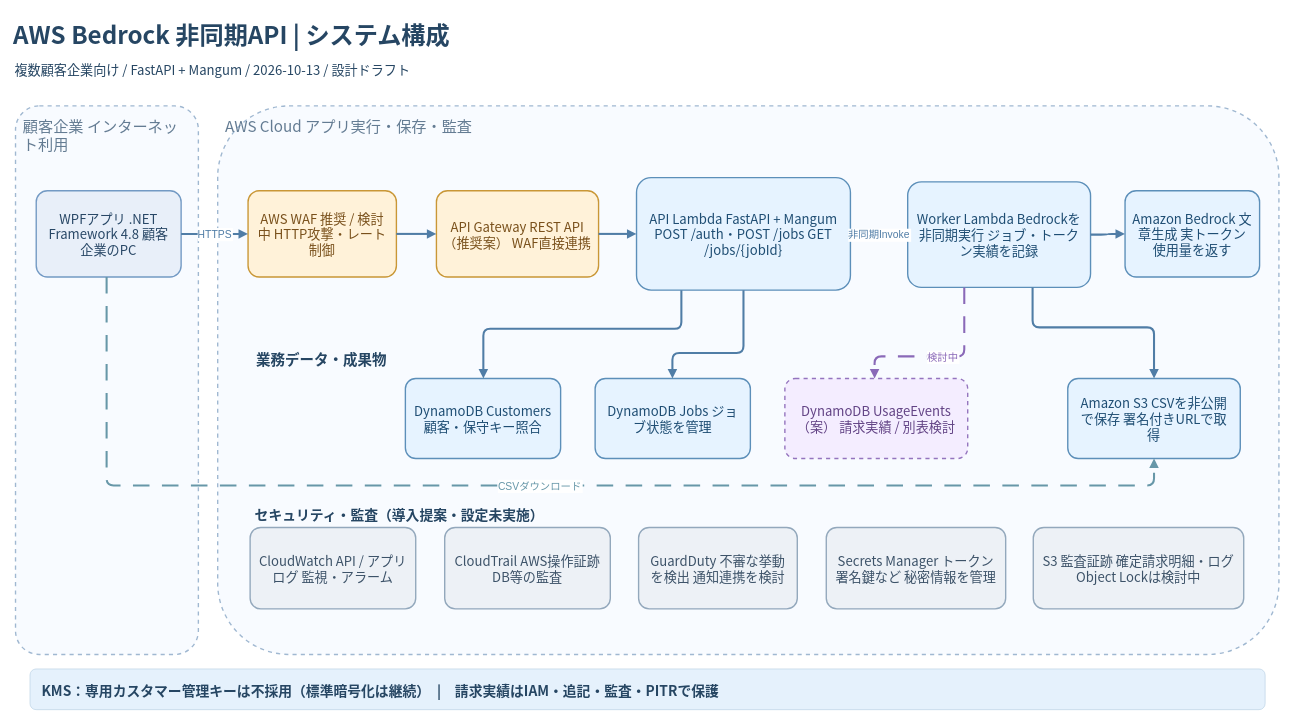
knmo000-tech/awsMemo keeps this draw.io diagram as docs/diagrams/aws-architecture.drawio. Above is the earlier version. Source tidied: cells renumbered, new cells numbered last; positions are measured from the earlier drawing's top-left corner, leaving out a move shared by most shapes. Both pictures are drawn from the tidied source at 69%, with x=0, y=0 at pixel (12, 12).
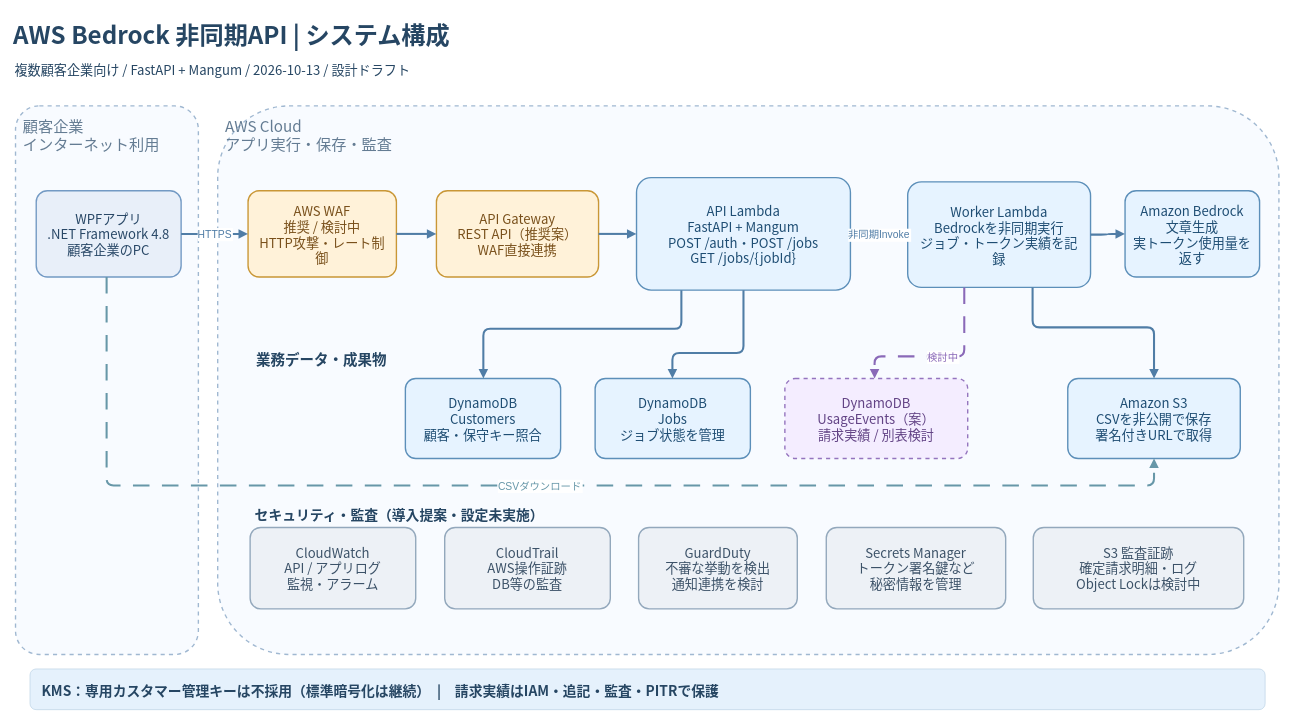
Above is the later version.

Commit message:
docs(diagram): preserve drawio node label line breaks

The edit, as a diff of the source:
```diff
@@
-    <mxCell id="2" value="顧客企業 インターネット利用" style="rounded=1;arcSize=13;html=0;whiteSpace=wrap;fillColor=#f8fbff;strokeColor=#a0b8d1;strokeWidth=2;dashed=1;fontFamily=Noto Sans CJK JP;fontSize=22;fontColor=#647c93;align=left;verticalAlign=top;spacing=11;" parent="1" vertex="1">
+    <mxCell id="2" value="顧客企業&#10;インターネット利用" style="rounded=1;arcSize=13;html=0;whiteSpace=wrap;fillColor=#f8fbff;strokeColor=#a0b8d1;strokeWidth=2;dashed=1;fontFamily=Noto Sans CJK JP;fontSize=22;fontColor=#647c93;align=left;verticalAlign=top;spacing=11;" parent="1" vertex="1">
       <mxGeometry x="5" y="136" width="265" height="795" as="geometry" />
     </mxCell>
-    <mxCell id="3" value="AWS Cloud アプリ実行・保存・監査" style="rounded=1;arcSize=13;html=0;whiteSpace=wrap;fillColor=#f8fbff;strokeColor=#a0b8d1;strokeWidth=2;dashed=1;fontFamily=Noto Sans CJK JP;fontSize=22;fontColor=#647c93;align=left;verticalAlign=top;spacing=11;" parent="1" vertex="1">
+    <mxCell id="3" value="AWS Cloud&#10;アプリ実行・保存・監査" style="rounded=1;arcSize=13;html=0;whiteSpace=wrap;fillColor=#f8fbff;strokeColor=#a0b8d1;strokeWidth=2;dashed=1;fontFamily=Noto Sans CJK JP;fontSize=22;fontColor=#647c93;align=left;verticalAlign=top;spacing=11;" parent="1" vertex="1">
       <mxGeometry x="298" y="136" width="1538" height="795" as="geometry" />
     </mxCell>
-    <mxCell id="4" value="WPFアプリ .NET Framework 4.8 顧客企業のPC" style="rounded=1;arcSize=13;html=0;whiteSpace=wrap;fillColor=#e8eff9;strokeColor=#739ac4;strokeWidth=2;fontFamily=Noto Sans CJK JP;fontSize=19;fontColor=#284766;align=center;verticalAlign=middle;spacing=11;" parent="1" vertex="1">
+    <mxCell id="4" value="WPFアプリ&#10;.NET Framework 4.8&#10;顧客企業のPC" style="rounded=1;arcSize=13;html=0;whiteSpace=wrap;fillColor=#e8eff9;strokeColor=#739ac4;strokeWidth=2;fontFamily=Noto Sans CJK JP;fontSize=19;fontColor=#284766;align=center;verticalAlign=middle;spacing=11;" parent="1" vertex="1">
       <mxGeometry x="35" y="259" width="210" height="125" as="geometry" />
     </mxCell>
-    <mxCell id="5" value="AWS WAF 推奨 / 検討中 HTTP攻撃・レート制御" style="rounded=1;arcSize=13;html=0;whiteSpace=wrap;fillColor=#fff2d9;strokeColor=#c99736;strokeWidth=2;fontFamily=Noto Sans CJK JP;fontSize=19;fontColor=#79501b;align=center;verticalAlign=middle;spacing=11;" parent="1" vertex="1">
+    <mxCell id="5" value="AWS WAF&#10;推奨 / 検討中&#10;HTTP攻撃・レート制御" style="rounded=1;arcSize=13;html=0;whiteSpace=wrap;fillColor=#fff2d9;strokeColor=#c99736;strokeWidth=2;fontFamily=Noto Sans CJK JP;fontSize=19;fontColor=#79501b;align=center;verticalAlign=middle;spacing=11;" parent="1" vertex="1">
       <mxGeometry x="342" y="259" width="215" height="125" as="geometry" />
     </mxCell>
-    <mxCell id="6" value="API Gateway REST API（推奨案） WAF直接連携" style="rounded=1;arcSize=13;html=0;whiteSpace=wrap;fillColor=#fff2d9;strokeColor=#c99736;strokeWidth=2;fontFamily=Noto Sans CJK JP;fontSize=19;fontColor=#79501b;align=center;verticalAlign=middle;spacing=11;" parent="1" vertex="1">
+    <mxCell id="6" value="API Gateway&#10;REST API（推奨案）&#10;WAF直接連携" style="rounded=1;arcSize=13;html=0;whiteSpace=wrap;fillColor=#fff2d9;strokeColor=#c99736;strokeWidth=2;fontFamily=Noto Sans CJK JP;fontSize=19;fontColor=#79501b;align=center;verticalAlign=middle;spacing=11;" parent="1" vertex="1">
       <mxGeometry x="615" y="259" width="235" height="125" as="geometry" />
     </mxCell>
-    <mxCell id="7" value="API Lambda FastAPI + Mangum POST /auth・POST /jobs GET /jobs/{jobId}" style="rounded=1;arcSize=13;html=0;whiteSpace=wrap;fillColor=#e6f3ff;strokeColor=#5c8fb9;strokeWidth=2;fontFamily=Noto Sans CJK JP;fontSize=19;fontColor=#1e4d73;align=center;verticalAlign=middle;spacing=11;" parent="1" vertex="1">
+    <mxCell id="7" value="API Lambda&#10;FastAPI + Mangum&#10;POST /auth・POST /jobs&#10;GET /jobs/{jobId}" style="rounded=1;arcSize=13;html=0;whiteSpace=wrap;fillColor=#e6f3ff;strokeColor=#5c8fb9;strokeWidth=2;fontFamily=Noto Sans CJK JP;fontSize=19;fontColor=#1e4d73;align=center;verticalAlign=middle;spacing=11;" parent="1" vertex="1">
       <mxGeometry x="905" y="240" width="310" height="163" as="geometry" />
     </mxCell>
-    <mxCell id="8" value="Worker Lambda Bedrockを非同期実行 ジョブ・トークン実績を記録" style="rounded=1;arcSize=13;html=0;whiteSpace=wrap;fillColor=#e6f3ff;strokeColor=#5c8fb9;strokeWidth=2;fontFamily=Noto Sans CJK JP;fontSize=19;fontColor=#1e4d73;align=center;verticalAlign=middle;spacing=11;" parent="1" vertex="1">
+    <mxCell id="8" value="Worker Lambda&#10;Bedrockを非同期実行&#10;ジョブ・トークン実績を記録" style="rounded=1;arcSize=13;html=0;whiteSpace=wrap;fillColor=#e6f3ff;strokeColor=#5c8fb9;strokeWidth=2;fontFamily=Noto Sans CJK JP;fontSize=19;fontColor=#1e4d73;align=center;verticalAlign=middle;spacing=11;" parent="1" vertex="1">
       <mxGeometry x="1298" y="246" width="265" height="153" as="geometry" />
     </mxCell>
-    <mxCell id="9" value="Amazon Bedrock 文章生成 実トークン使用量を返す" style="rounded=1;arcSize=13;html=0;whiteSpace=wrap;fillColor=#e6f3ff;strokeColor=#5c8fb9;strokeWidth=2;fontFamily=Noto Sans CJK JP;fontSize=19;fontColor=#1e4d73;align=center;verticalAlign=middle;spacing=11;" parent="1" vertex="1">
+    <mxCell id="9" value="Amazon Bedrock&#10;文章生成&#10;実トークン使用量を返す" style="rounded=1;arcSize=13;html=0;whiteSpace=wrap;fillColor=#e6f3ff;strokeColor=#5c8fb9;strokeWidth=2;fontFamily=Noto Sans CJK JP;fontSize=19;fontColor=#1e4d73;align=center;verticalAlign=middle;spacing=11;" parent="1" vertex="1">
       <mxGeometry x="1613" y="259" width="195" height="125" as="geometry" />
     </mxCell>
-    <mxCell id="10" value="DynamoDB Customers 顧客・保守キー照合" style="rounded=1;arcSize=13;html=0;whiteSpace=wrap;fillColor=#e6f3ff;strokeColor=#5c8fb9;strokeWidth=2;fontFamily=Noto Sans CJK JP;fontSize=19;fontColor=#1e4d73;align=center;verticalAlign=middle;spacing=11;" parent="1" vertex="1">
+    <mxCell id="10" value="DynamoDB&#10;Customers&#10;顧客・保守キー照合" style="rounded=1;arcSize=13;html=0;whiteSpace=wrap;fillColor=#e6f3ff;strokeColor=#5c8fb9;strokeWidth=2;fontFamily=Noto Sans CJK JP;fontSize=19;fontColor=#1e4d73;align=center;verticalAlign=middle;spacing=11;" parent="1" vertex="1">
       <mxGeometry x="570" y="531" width="225" height="116" as="geometry" />
     </mxCell>
-    <mxCell id="11" value="DynamoDB Jobs ジョブ状態を管理" style="rounded=1;arcSize=13;html=0;whiteSpace=wrap;fillColor=#e6f3ff;strokeColor=#5c8fb9;strokeWidth=2;fontFamily=Noto Sans CJK JP;fontSize=19;fontColor=#1e4d73;align=center;verticalAlign=middle;spacing=11;" parent="1" vertex="1">
+    <mxCell id="11" value="DynamoDB&#10;Jobs&#10;ジョブ状態を管理" style="rounded=1;arcSize=13;html=0;whiteSpace=wrap;fillColor=#e6f3ff;strokeColor=#5c8fb9;strokeWidth=2;fontFamily=Noto Sans CJK JP;fontSize=19;fontColor=#1e4d73;align=center;verticalAlign=middle;spacing=11;" parent="1" vertex="1">
       <mxGeometry x="845" y="531" width="225" height="116" as="geometry" />
     </mxCell>
-    <mxCell id="12" value="DynamoDB UsageEvents（案） 請求実績 / 別表検討" style="rounded=1;arcSize=13;html=0;whiteSpace=wrap;fillColor=#f4edff;strokeColor=#9474be;strokeWidth=2;dashed=1;fontFamily=Noto Sans CJK JP;fontSize=19;fontColor=#624385;align=center;verticalAlign=middle;spacing=11;" parent="1" vertex="1">
+    <mxCell id="12" value="DynamoDB&#10;UsageEvents（案）&#10;請求実績 / 別表検討" style="rounded=1;arcSize=13;html=0;whiteSpace=wrap;fillColor=#f4edff;strokeColor=#9474be;strokeWidth=2;dashed=1;fontFamily=Noto Sans CJK JP;fontSize=19;fontColor=#624385;align=center;verticalAlign=middle;spacing=11;" parent="1" vertex="1">
       <mxGeometry x="1120" y="531" width="265" height="116" as="geometry" />
     </mxCell>
-    <mxCell id="13" value="Amazon S3 CSVを非公開で保存 署名付きURLで取得" style="rounded=1;arcSize=13;html=0;whiteSpace=wrap;fillColor=#e6f3ff;strokeColor=#5c8fb9;strokeWidth=2;fontFamily=Noto Sans CJK JP;fontSize=19;fontColor=#1e4d73;align=center;verticalAlign=middle;spacing=11;" parent="1" vertex="1">
+    <mxCell id="13" value="Amazon S3&#10;CSVを非公開で保存&#10;署名付きURLで取得" style="rounded=1;arcSize=13;html=0;whiteSpace=wrap;fillColor=#e6f3ff;strokeColor=#5c8fb9;strokeWidth=2;fontFamily=Noto Sans CJK JP;fontSize=19;fontColor=#1e4d73;align=center;verticalAlign=middle;spacing=11;" parent="1" vertex="1">
       <mxGeometry x="1530" y="531" width="250" height="116" as="geometry" />
     </mxCell>
-    <mxCell id="14" value="CloudWatch API / アプリログ 監視・アラーム" style="rounded=1;arcSize=13;html=0;whiteSpace=wrap;fillColor=#edf1f6;strokeColor=#93a8bc;strokeWidth=2;fontFamily=Noto Sans CJK JP;fontSize=19;fontColor=#3c5268;align=center;verticalAlign=middle;spacing=11;" parent="1" vertex="1">
+    <mxCell id="14" value="CloudWatch&#10;API / アプリログ&#10;監視・アラーム" style="rounded=1;arcSize=13;html=0;whiteSpace=wrap;fillColor=#edf1f6;strokeColor=#93a8bc;strokeWidth=2;fontFamily=Noto Sans CJK JP;fontSize=19;fontColor=#3c5268;align=center;verticalAlign=middle;spacing=11;" parent="1" vertex="1">
       <mxGeometry x="345" y="747" width="240" height="118" as="geometry" />
     </mxCell>
-    <mxCell id="15" value="CloudTrail AWS操作証跡 DB等の監査" style="rounded=1;arcSize=13;html=0;whiteSpace=wrap;fillColor=#edf1f6;strokeColor=#93a8bc;strokeWidth=2;fontFamily=Noto Sans CJK JP;fontSize=19;fontColor=#3c5268;align=center;verticalAlign=middle;spacing=11;" parent="1" vertex="1">
+    <mxCell id="15" value="CloudTrail&#10;AWS操作証跡&#10;DB等の監査" style="rounded=1;arcSize=13;html=0;whiteSpace=wrap;fillColor=#edf1f6;strokeColor=#93a8bc;strokeWidth=2;fontFamily=Noto Sans CJK JP;fontSize=19;fontColor=#3c5268;align=center;verticalAlign=middle;spacing=11;" parent="1" vertex="1">
       <mxGeometry x="627" y="747" width="240" height="118" as="geometry" />
     </mxCell>
-    <mxCell id="16" value="GuardDuty 不審な挙動を検出 通知連携を検討" style="rounded=1;arcSize=13;html=0;whiteSpace=wrap;fillColor=#edf1f6;strokeColor=#93a8bc;strokeWidth=2;fontFamily=Noto Sans CJK JP;fontSize=19;fontColor=#3c5268;align=center;verticalAlign=middle;spacing=11;" parent="1" vertex="1">
+    <mxCell id="16" value="GuardDuty&#10;不審な挙動を検出&#10;通知連携を検討" style="rounded=1;arcSize=13;html=0;whiteSpace=wrap;fillColor=#edf1f6;strokeColor=#93a8bc;strokeWidth=2;fontFamily=Noto Sans CJK JP;fontSize=19;fontColor=#3c5268;align=center;verticalAlign=middle;spacing=11;" parent="1" vertex="1">
       <mxGeometry x="908" y="747" width="230" height="118" as="geometry" />
     </mxCell>
-    <mxCell id="17" value="Secrets Manager トークン署名鍵など 秘密情報を管理" style="rounded=1;arcSize=13;html=0;whiteSpace=wrap;fillColor=#edf1f6;strokeColor=#93a8bc;strokeWidth=2;fontFamily=Noto Sans CJK JP;fontSize=19;fontColor=#3c5268;align=center;verticalAlign=middle;spacing=11;" parent="1" vertex="1">
+    <mxCell id="17" value="Secrets Manager&#10;トークン署名鍵など&#10;秘密情報を管理" style="rounded=1;arcSize=13;html=0;whiteSpace=wrap;fillColor=#edf1f6;strokeColor=#93a8bc;strokeWidth=2;fontFamily=Noto Sans CJK JP;fontSize=19;fontColor=#3c5268;align=center;verticalAlign=middle;spacing=11;" parent="1" vertex="1">
       <mxGeometry x="1180" y="747" width="260" height="118" as="geometry" />
     </mxCell>
-    <mxCell id="18" value="S3 監査証跡 確定請求明細・ログ Object Lockは検討中" style="rounded=1;arcSize=13;html=0;whiteSpace=wrap;fillColor=#edf1f6;strokeColor=#93a8bc;strokeWidth=2;fontFamily=Noto Sans CJK JP;fontSize=19;fontColor=#3c5268;align=center;verticalAlign=middle;spacing=11;" parent="1" vertex="1">
+    <mxCell id="18" value="S3 監査証跡&#10;確定請求明細・ログ&#10;Object Lockは検討中" style="rounded=1;arcSize=13;html=0;whiteSpace=wrap;fillColor=#edf1f6;strokeColor=#93a8bc;strokeWidth=2;fontFamily=Noto Sans CJK JP;fontSize=19;fontColor=#3c5268;align=center;verticalAlign=middle;spacing=11;" parent="1" vertex="1">
       <mxGeometry x="1480" y="747" width="305" height="118" as="geometry" />
     </mxCell>
```
